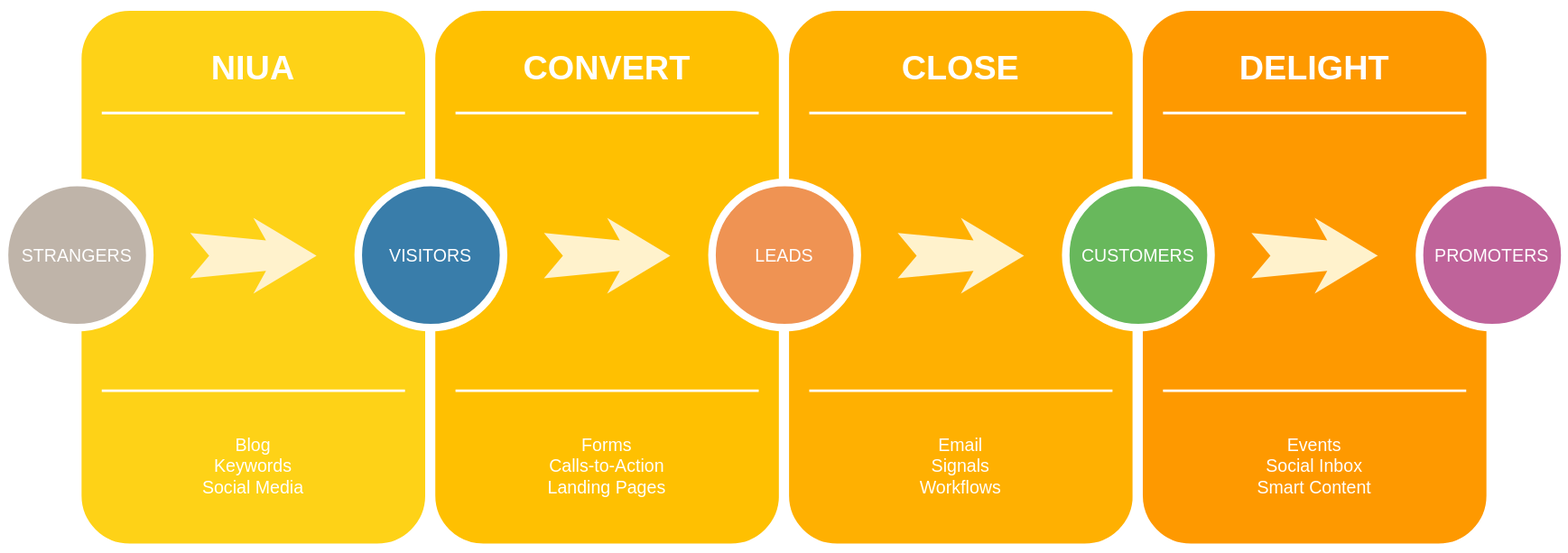
Above: HappyDraw.drawio.svg in builden/drawio-diagram (draw.io), before the change. Source tidied: cells renumbered, new cells last; positions are measured from the earlier drawing's top-left corner, leaving out a move shared by most shapes.
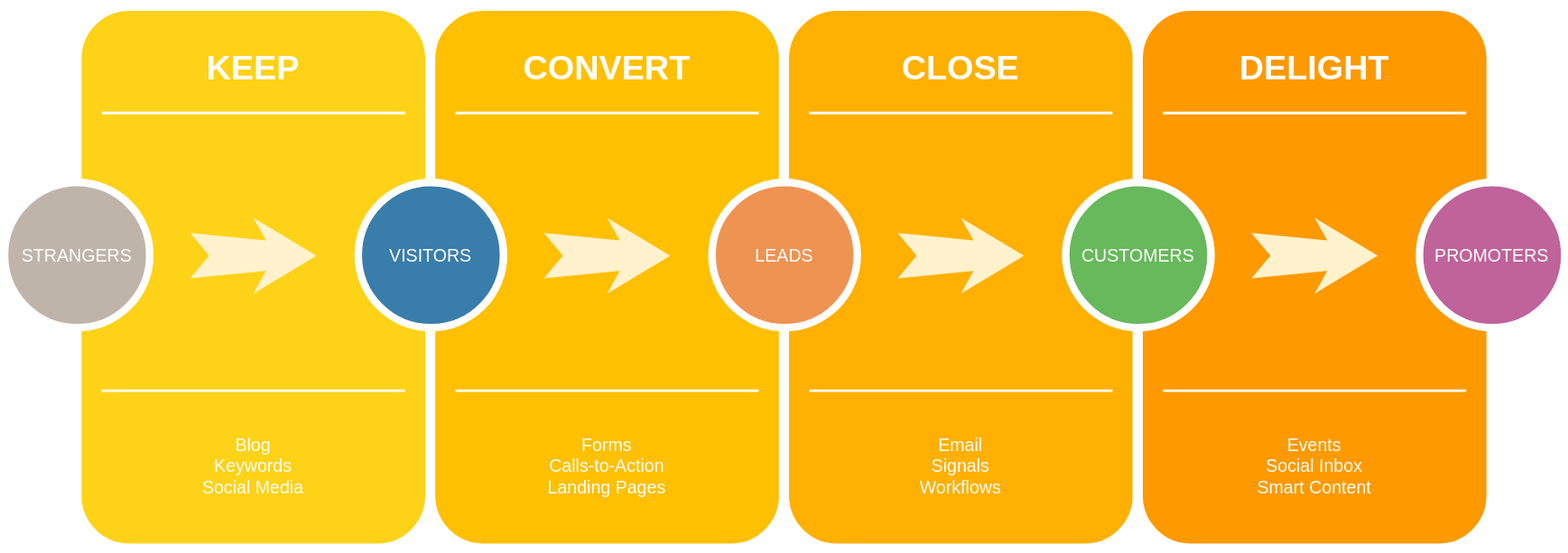
The same file after the commit.

Change to the diagram source:
```diff
@@ -5,7 +5,7 @@
     <mxCell id="2" style="whiteSpace=wrap;html=1;rounded=1;shadow=0;strokeWidth=8;fontSize=20;align=center;fillColor=#FED217;strokeColor=#FFFFFF;" parent="1" vertex="1">
       <mxGeometry x="57" width="280" height="430" as="geometry" />
     </mxCell>
-    <mxCell id="3" value="NIUA" style="text;html=1;strokeColor=none;fillColor=none;align=center;verticalAlign=middle;whiteSpace=wrap;rounded=0;shadow=0;fontSize=27;fontColor=#FFFFFF;fontStyle=1;" parent="1" vertex="1">
+    <mxCell id="3" value="KEEP" style="text;html=1;strokeColor=none;fillColor=none;align=center;verticalAlign=middle;whiteSpace=wrap;rounded=0;shadow=0;fontSize=27;fontColor=#FFFFFF;fontStyle=1;" parent="1" vertex="1">
       <mxGeometry x="57" y="20" width="280" height="60" as="geometry" />
     </mxCell>
     <mxCell id="4" value="Blog&lt;div&gt;Keywords&lt;/div&gt;&lt;div&gt;Social Media&lt;/div&gt;" style="text;html=1;strokeColor=none;fillColor=none;align=center;verticalAlign=middle;whiteSpace=wrap;rounded=0;shadow=0;fontSize=14;fontColor=#FFFFFF;" parent="1" vertex="1">
```
